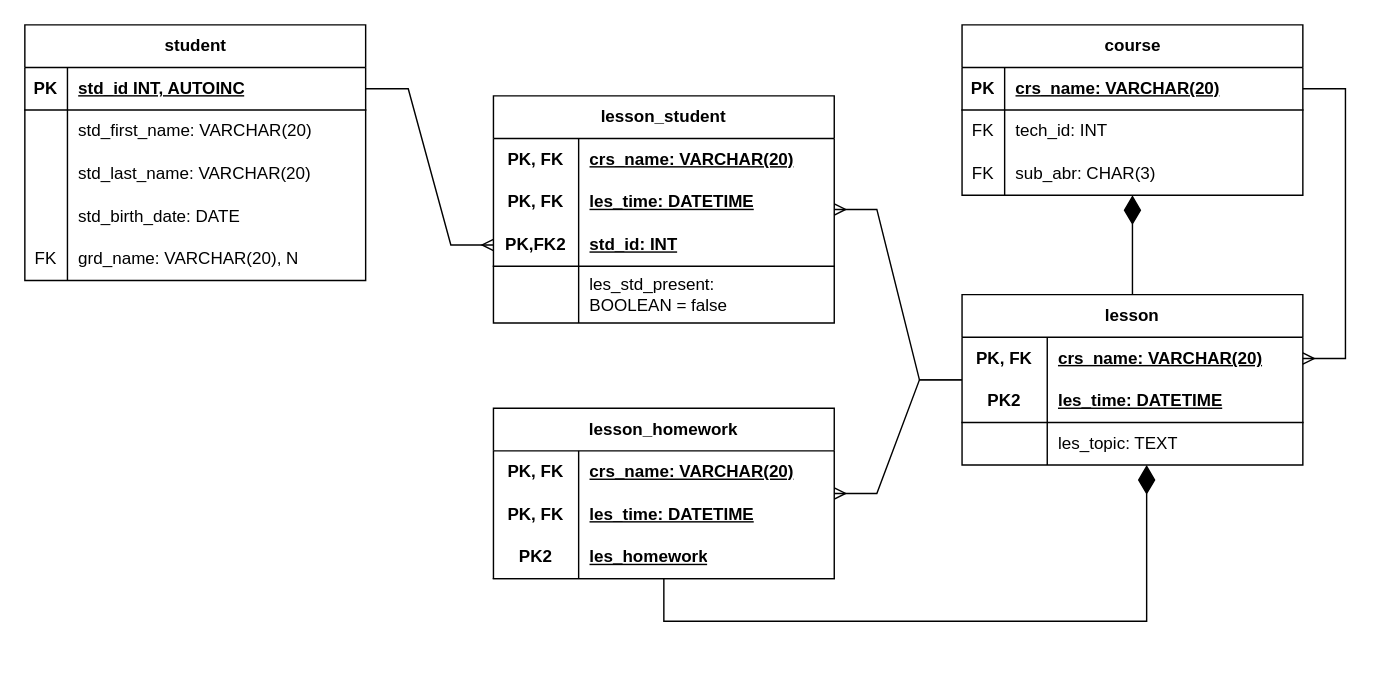
Above: page "Page-2" (2 of 2) of drafts/rel.drawio in elma1989/teach (draw.io), before the change. Source tidied: cells renumbered, new cells numbered last; positions are measured from the earlier drawing's top-left corner, leaving out a move shared by most shapes. Both pictures are drawn from the tidied source at 142%, with x=0, y=0 at pixel (24, 24).
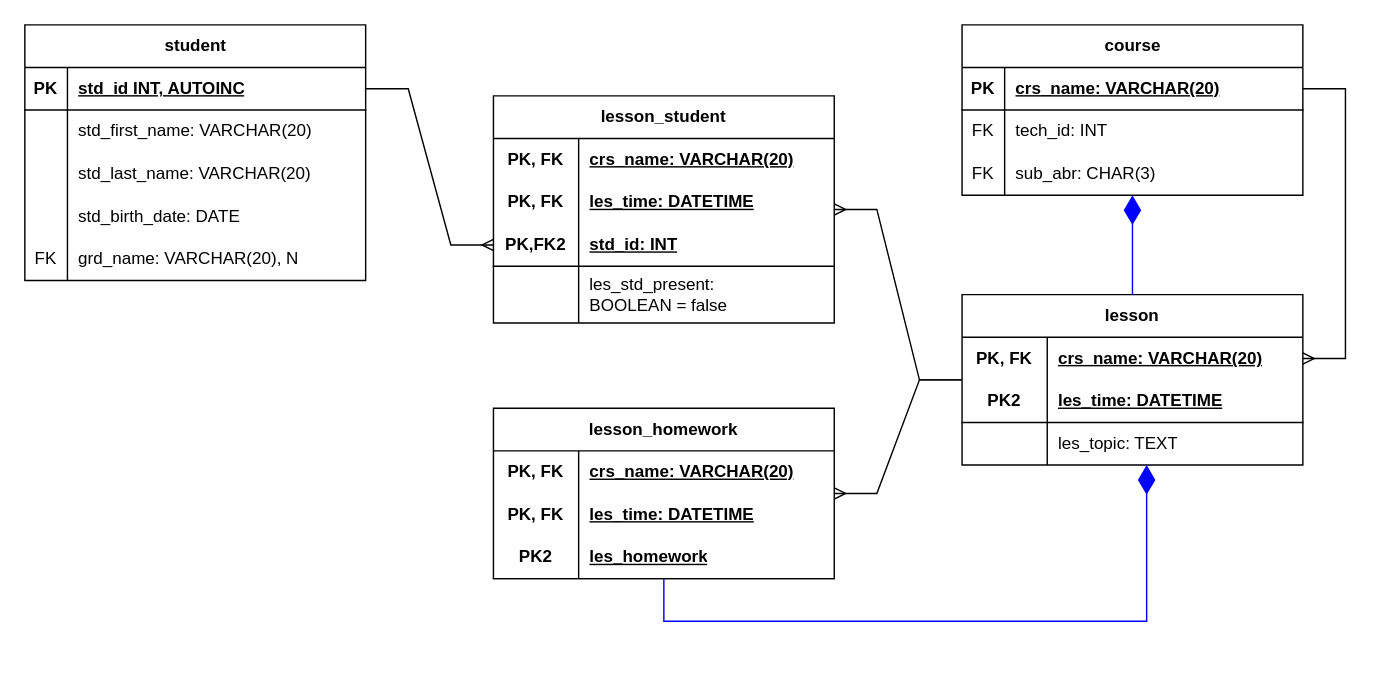
Above is the later version.

The change refers to these unchanged cells:
```xml
<mxCell id="18" value="course" style="shape=table;startSize=30;childLayout=tableLayout;rowLines=0;fontStyle=1;align=center;html=1;" parent="1" vertex="1">
  <mxGeometry x="660" width="240" height="120" as="geometry" />
</mxCell>
<mxCell id="28" value="lesson" style="shape=table;startSize=30;childLayout=tableLayout;rowLines=0;fontStyle=1;align=center;html=1;whiteSpace=wrap;" parent="1" vertex="1">
  <mxGeometry x="660" y="190" width="240" height="120" as="geometry" />
</mxCell>
<mxCell id="54" value="lesson_homework" style="shape=table;startSize=30;childLayout=tableLayout;rowLines=0;fontStyle=1;align=center;html=1;whiteSpace=wrap;" parent="1" vertex="1">
  <mxGeometry x="330" y="270" width="240" height="120" as="geometry" />
</mxCell>
```

The edit, as a diff of the source:
```diff
@@
-    <mxCell id="65" style="edgeStyle=orthogonalEdgeStyle;fontSize=12;html=1;endArrow=diamondThin;rounded=0;endFill=1;endSize=18;startSize=6;jumpSize=6;targetPerimeterSpacing=0;strokeColor=light-dark(#000000,#0000FF);" parent="1" edge="1" source="54" target="28">
+    <mxCell id="65" style="edgeStyle=orthogonalEdgeStyle;fontSize=12;html=1;endArrow=diamondThin;rounded=0;endFill=1;endSize=18;startSize=6;jumpSize=6;targetPerimeterSpacing=0;strokeColor=light-dark(#0000FF,#0000FF);" parent="1" edge="1" source="54" target="28">
       <mxGeometry relative="1" as="geometry">
         <Array as="points">
           <mxPoint x="450" y="420" />
           <mxPoint x="790" y="420" />
         </Array>
       </mxGeometry>
     </mxCell>
-    <mxCell id="66" style="edgeStyle=orthogonalEdgeStyle;fontSize=12;html=1;endArrow=diamondThin;rounded=0;endFill=1;endSize=18;startSize=6;jumpSize=6;targetPerimeterSpacing=0;strokeColor=light-dark(#000000,#0000FF);" parent="1" edge="1" source="28" target="18">
+    <mxCell id="66" style="edgeStyle=orthogonalEdgeStyle;fontSize=12;html=1;endArrow=diamondThin;rounded=0;endFill=1;endSize=18;startSize=6;jumpSize=6;targetPerimeterSpacing=0;strokeColor=light-dark(#0000FF,#0000FF);" parent="1" edge="1" source="28" target="18">
       <mxGeometry relative="1" as="geometry" />
     </mxCell>
```
